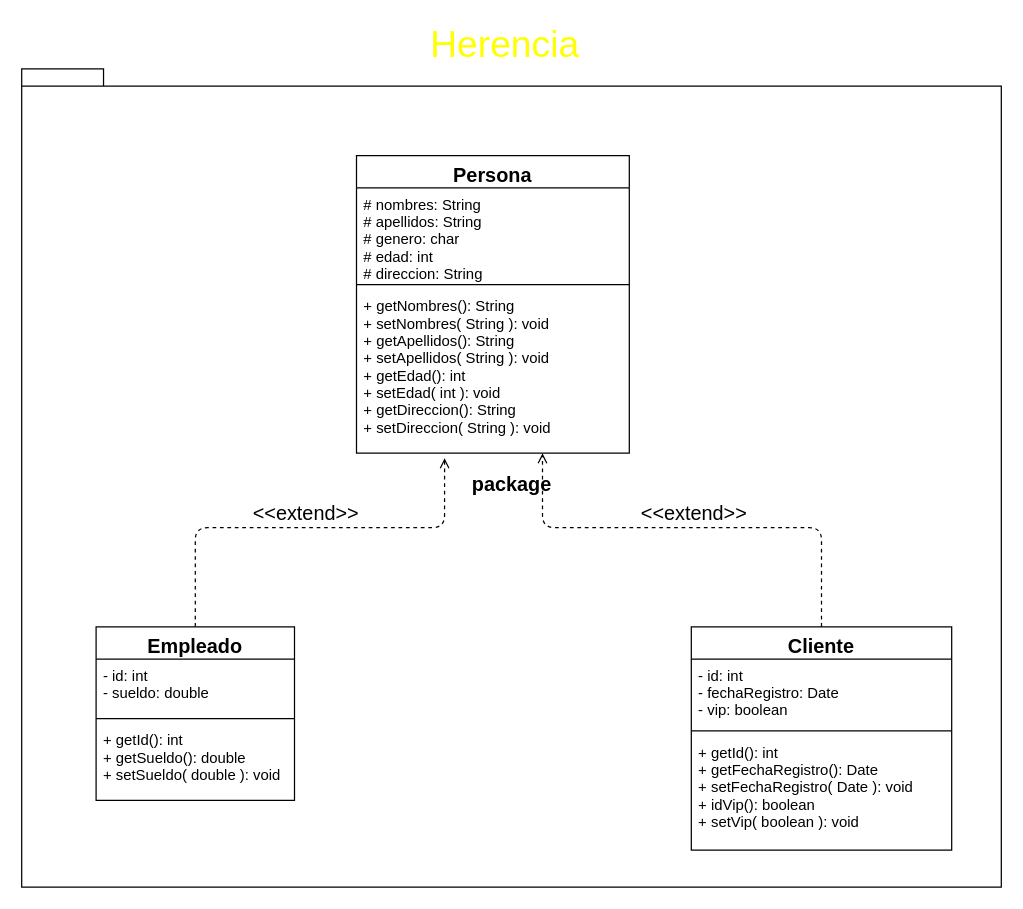
This is src/classes/herencia/uml.drawio from jcarlosj/Java-Fundamentos-U-UA, a draw.io file, before an edit. Source tidied: cells renumbered, new cells numbered last; positions are measured from the earlier drawing's top-left corner, leaving out a move shared by most shapes. Both pictures are drawn from the tidied source at 124%, with x=0, y=0 at pixel (21, 31).
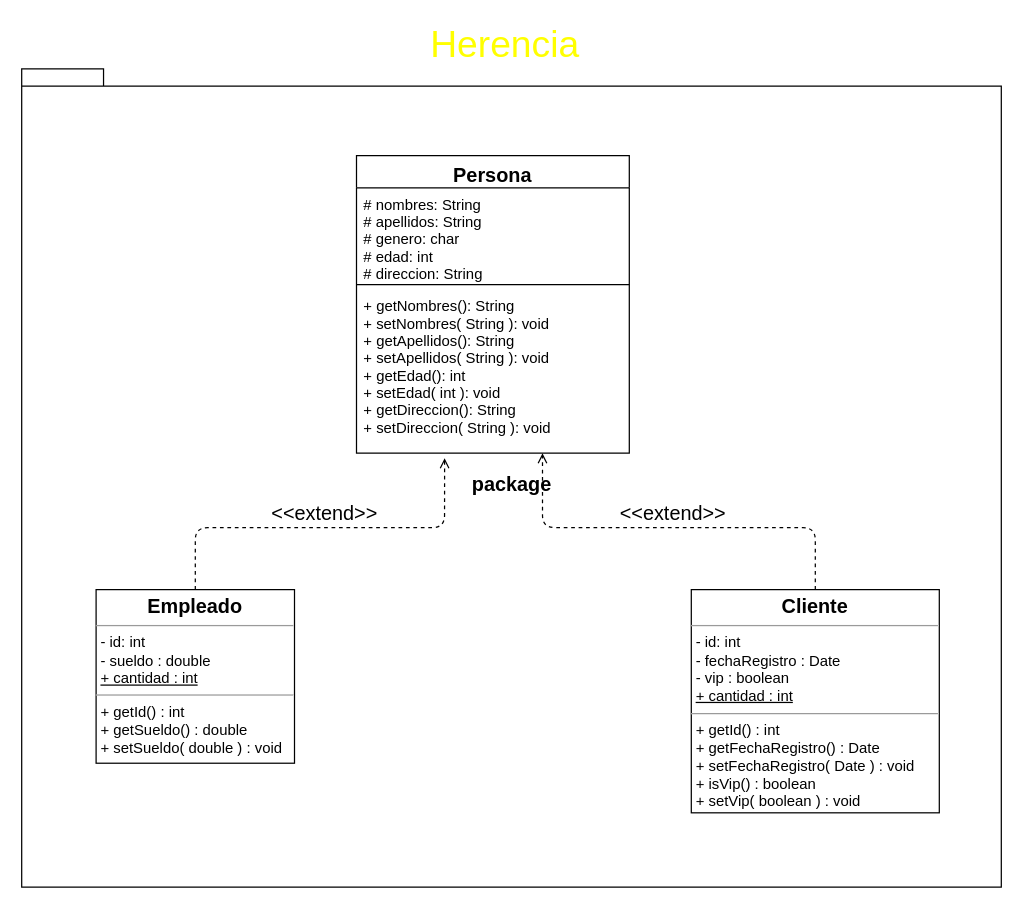
Above is the later version.

Commit message:
[+] UML: Diagrama de clases (Herencia)

The change refers to these unchanged cells:
```xml
<mxCell id="6" value="+ getNombres(): String&#10;+ setNombres( String ): void&#10;+ getApellidos(): String&#10;+ setApellidos( String ): void&#10;+ getEdad(): int&#10;+ setEdad( int ): void&#10;+ getDireccion(): String&#10;+ setDireccion( String ): void" style="text;strokeColor=none;fillColor=none;align=left;verticalAlign=top;spacingLeft=4;spacingRight=4;overflow=hidden;points=[[0,0.5],[1,0.5]];portConstraint=eastwest;" parent="3" vertex="1">
  <mxGeometry y="108" width="220" height="132" as="geometry" />
</mxCell>
```

What changed in the source:
```diff
@@
-    <mxCell id="7" value="Empleado" style="swimlane;fontStyle=1;align=center;verticalAlign=top;horizontal=1;startSize=26;fontSize=16;" parent="1" vertex="1">
-      <mxGeometry x="60" y="480" width="160" height="140" as="geometry" />
-    </mxCell>
-    <mxCell id="8" value="- id: int&#10;- sueldo: double" style="text;strokeColor=none;fillColor=none;align=left;verticalAlign=top;spacingLeft=4;spacingRight=4;overflow=hidden;" parent="7" vertex="1">
-      <mxGeometry y="26" width="160" height="44" as="geometry" />
-    </mxCell>
-    <mxCell id="9" style="line;strokeWidth=1;fillColor=none;align=left;verticalAlign=middle;spacingTop=-1;spacingLeft=3;spacingRight=3;labelPosition=right;" parent="7" vertex="1">
-      <mxGeometry y="70" width="160" height="8" as="geometry" />
-    </mxCell>
-    <mxCell id="10" value="+ getId(): int&#10;+ getSueldo(): double&#10;+ setSueldo( double ): void" style="text;strokeColor=none;fillColor=none;align=left;verticalAlign=top;spacingLeft=4;spacingRight=4;overflow=hidden;" parent="7" vertex="1">
-      <mxGeometry y="78" width="160" height="62" as="geometry" />
-    </mxCell>
-    <mxCell id="11" value="Cliente" style="swimlane;fontStyle=1;align=center;verticalAlign=top;horizontal=1;startSize=26;fontSize=16;" parent="1" vertex="1">
-      <mxGeometry x="540" y="480" width="210" height="180" as="geometry" />
-    </mxCell>
-    <mxCell id="12" value="- id: int&#10;- fechaRegistro: Date&#10;- vip: boolean" style="text;strokeColor=none;fillColor=none;align=left;verticalAlign=top;spacingLeft=4;spacingRight=4;overflow=hidden;" parent="11" vertex="1">
-      <mxGeometry y="26" width="210" height="54" as="geometry" />
-    </mxCell>
-    <mxCell id="13" style="line;strokeWidth=1;fillColor=none;align=left;verticalAlign=middle;spacingTop=-1;spacingLeft=3;spacingRight=3;labelPosition=right;" parent="11" vertex="1">
-      <mxGeometry y="80" width="210" height="8" as="geometry" />
-    </mxCell>
-    <mxCell id="14" value="+ getId(): int&#10;+ getFechaRegistro(): Date&#10;+ setFechaRegistro( Date ): void&#10;+ idVip(): boolean&#10;+ setVip( boolean ): void" style="text;strokeColor=none;fillColor=none;align=left;verticalAlign=top;spacingLeft=4;spacingRight=4;overflow=hidden;" parent="11" vertex="1">
-      <mxGeometry y="88" width="210" height="92" as="geometry" />
-    </mxCell>
-    <mxCell id="15" value="&amp;lt;&amp;lt;extend&amp;gt;&amp;gt;" style="html=1;verticalAlign=bottom;labelBackgroundColor=none;endArrow=open;endFill=0;dashed=1;fontSize=16;exitX=0.5;exitY=0;exitDx=0;exitDy=0;entryX=0.323;entryY=1.03;entryDx=0;entryDy=0;entryPerimeter=0;" parent="1" edge="1" source="7" target="6">
+    <mxCell id="15" value="&amp;lt;&amp;lt;extend&amp;gt;&amp;gt;" style="html=1;verticalAlign=bottom;labelBackgroundColor=none;endArrow=open;endFill=0;dashed=1;fontSize=16;exitX=0.5;exitY=0;exitDx=0;exitDy=0;entryX=0.323;entryY=1.03;entryDx=0;entryDy=0;entryPerimeter=0;" parent="1" edge="1" source="18" target="6">
       <mxGeometry relative="1" as="geometry">
         <Array as="points">
           <mxPoint x="140" y="400" />
           <mxPoint x="341" y="400" />
         </Array>
       </mxGeometry>
     </mxCell>
-    <mxCell id="16" value="&amp;lt;&amp;lt;extend&amp;gt;&amp;gt;" style="html=1;verticalAlign=bottom;labelBackgroundColor=none;endArrow=open;endFill=0;dashed=1;fontSize=16;exitX=0.5;exitY=0;exitDx=0;exitDy=0;" parent="1" edge="1" source="11">
+    <mxCell id="16" value="&amp;lt;&amp;lt;extend&amp;gt;&amp;gt;" style="html=1;verticalAlign=bottom;labelBackgroundColor=none;endArrow=open;endFill=0;dashed=1;fontSize=16;exitX=0.5;exitY=0;exitDx=0;exitDy=0;" parent="1" edge="1" source="19">
       <mxGeometry relative="1" as="geometry">
         <mxPoint x="420" y="340" as="targetPoint" />
         <Array as="points">
-          <mxPoint x="645" y="400" />
+          <mxPoint x="640" y="400" />
           <mxPoint x="420" y="400" />
         </Array>
       </mxGeometry>
     </mxCell>
@@
+    <mxCell id="18" value="&lt;p style=&quot;margin: 0px ; margin-top: 4px ; text-align: center&quot;&gt;&lt;b&gt;&lt;font style=&quot;font-size: 16px&quot;&gt;Empleado&lt;/font&gt;&lt;/b&gt;&lt;/p&gt;&lt;hr size=&quot;1&quot;&gt;&lt;p style=&quot;margin: 0px ; margin-left: 4px&quot;&gt;- id: int&lt;/p&gt;&lt;p style=&quot;margin: 0px ; margin-left: 4px&quot;&gt;- sueldo : double&lt;/p&gt;&lt;p style=&quot;margin: 0px ; margin-left: 4px&quot;&gt;&lt;u&gt;+ cantidad : int&lt;/u&gt;&lt;/p&gt;&lt;hr size=&quot;1&quot;&gt;&lt;p style=&quot;margin: 0px ; margin-left: 4px&quot;&gt;+ getId() : int&lt;/p&gt;&lt;p style=&quot;margin: 0px ; margin-left: 4px&quot;&gt;+ getSueldo() : double&lt;/p&gt;&lt;p style=&quot;margin: 0px ; margin-left: 4px&quot;&gt;+ setSueldo( double ) : void&lt;/p&gt;" style="verticalAlign=top;align=left;overflow=fill;fontSize=12;fontFamily=Helvetica;html=1;" parent="1" vertex="1">
+      <mxGeometry x="60" y="450" width="160" height="140" as="geometry" />
+    </mxCell>
+    <mxCell id="19" value="&lt;p style=&quot;margin: 0px ; margin-top: 4px ; text-align: center&quot;&gt;&lt;b&gt;&lt;font style=&quot;font-size: 16px&quot;&gt;Cliente&lt;/font&gt;&lt;/b&gt;&lt;/p&gt;&lt;hr size=&quot;1&quot;&gt;&lt;p style=&quot;margin: 0px ; margin-left: 4px&quot;&gt;- id: int&lt;/p&gt;&lt;p style=&quot;margin: 0px ; margin-left: 4px&quot;&gt;- fechaRegistro : Date&lt;/p&gt;&lt;p style=&quot;margin: 0px ; margin-left: 4px&quot;&gt;- vip : boolean&lt;/p&gt;&lt;p style=&quot;margin: 0px ; margin-left: 4px&quot;&gt;&lt;u&gt;+ cantidad : int&lt;/u&gt;&lt;/p&gt;&lt;hr size=&quot;1&quot;&gt;&lt;p style=&quot;margin: 0px ; margin-left: 4px&quot;&gt;+ getId() : int&lt;/p&gt;&lt;p style=&quot;margin: 0px ; margin-left: 4px&quot;&gt;+ getFechaRegistro() : Date&lt;/p&gt;&lt;p style=&quot;margin: 0px ; margin-left: 4px&quot;&gt;+ setFechaRegistro( Date ) : void&lt;/p&gt;&lt;p style=&quot;margin: 0px ; margin-left: 4px&quot;&gt;+ isVip() : boolean&lt;/p&gt;&lt;p style=&quot;margin: 0px ; margin-left: 4px&quot;&gt;+ setVip( boolean ) : void&lt;/p&gt;" style="verticalAlign=top;align=left;overflow=fill;fontSize=12;fontFamily=Helvetica;html=1;" parent="1" vertex="1">
+      <mxGeometry x="540" y="450" width="200" height="180" as="geometry" />
+    </mxCell>
```
